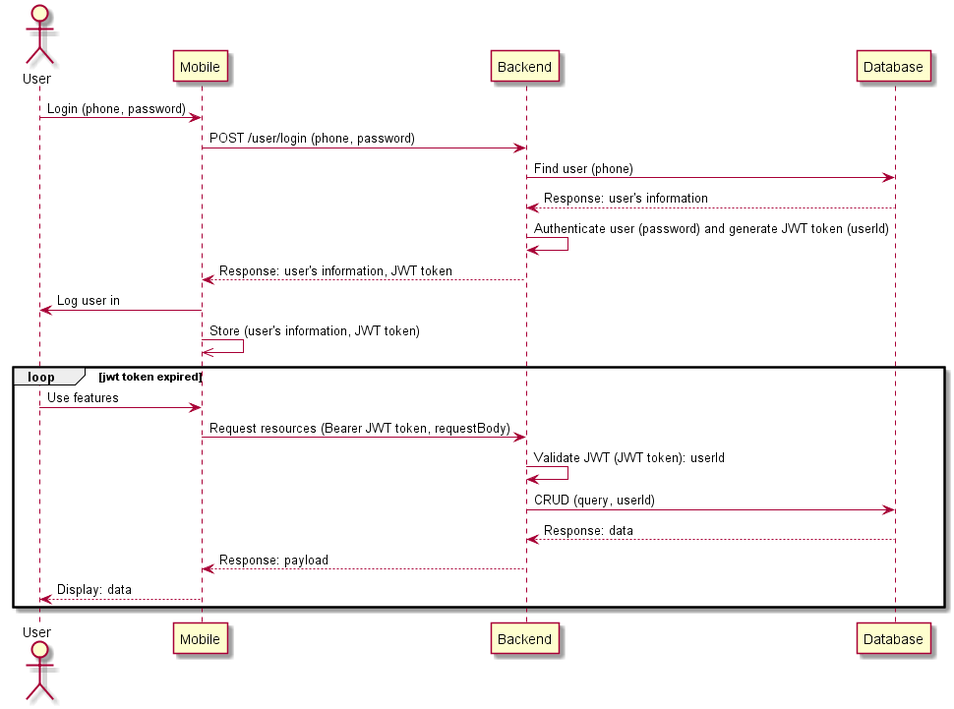
Before: out/diagrams/loginSequenceDiagram/loginSequenceDiagram.png, a diagram exported from PlantUML (miketuannguyen/PizzaApp-PYCO).
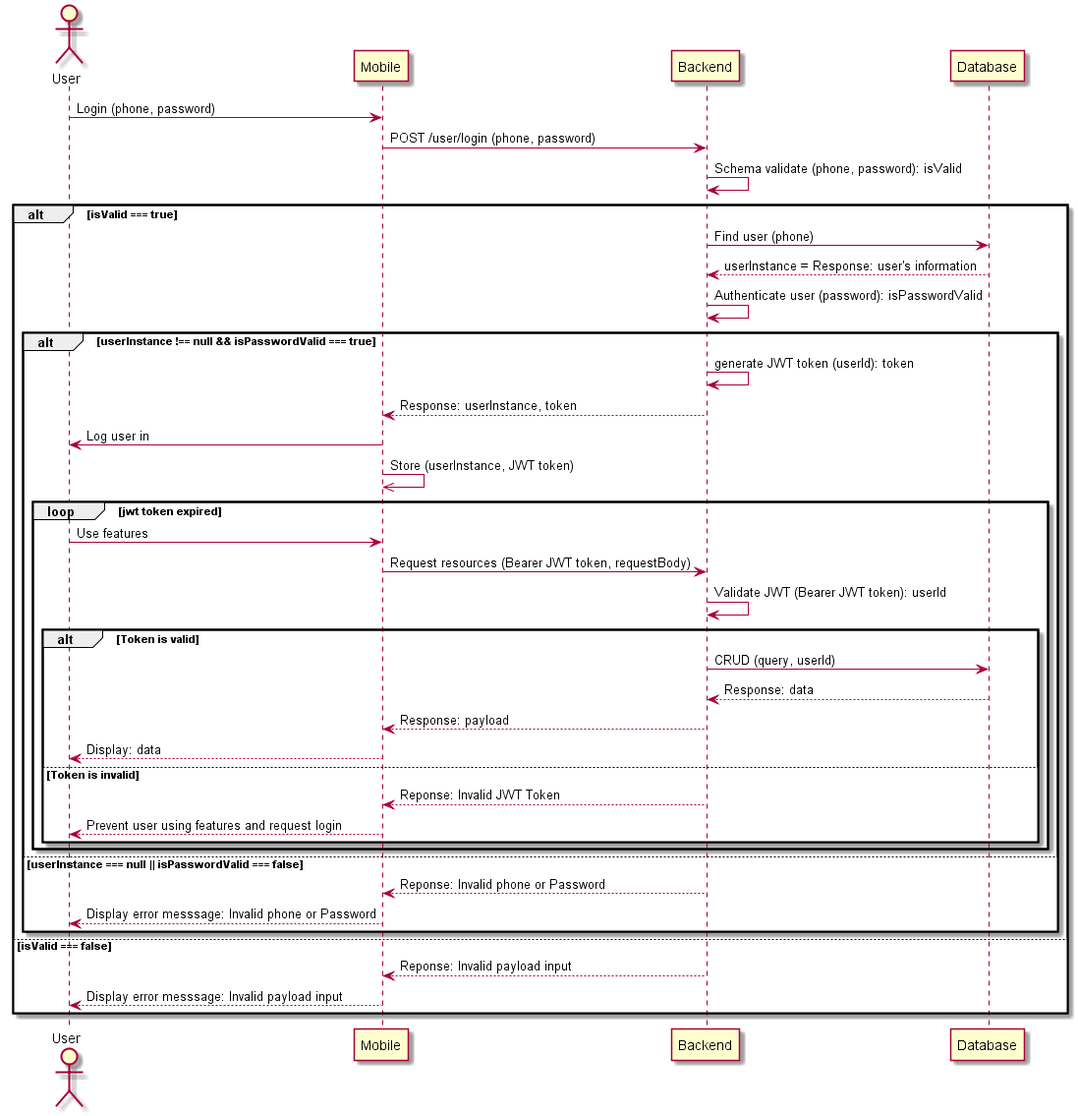
Later version of the same file.

Commit message:
fix login seq diagram

Diff of the diagram source:
```diff
@@ -2,19 +2,42 @@
 actor User
 User -> Mobile: Login (phone, password)
 Mobile -> Backend: POST /user/login (phone, password)
-Backend -> Database: Find user (phone)
-Database --> Backend: Response: user's information
-Backend -> Backend: Authenticate user (password) and generate JWT token (userId)
-Backend --> Mobile: Response: user's information, JWT token
-Mobile -> User: Log user in
-Mobile ->> Mobile: Store (user's information, JWT token)
-loop jwt token expired
-  User -> Mobile: Use features
-  Mobile -> Backend: Request resources (Bearer JWT token, requestBody)
-  Backend -> Backend: Validate JWT (JWT token): userId
-  Backend -> Database: CRUD (query, userId)
-  Database --> Backend: Response: data
-  Backend --> Mobile: Response: payload
-  Mobile --> User: Display: data
+Backend -> Backend: Schema validate (phone, password): isValid
+
+alt isValid === true
+  Backend -> Database: Find user (phone)
+  Database --> Backend: userInstance = Response: user's information
+  Backend -> Backend: Authenticate user (password): isPasswordValid
+
+  alt userInstance !== null && isPasswordValid === true
+    Backend -> Backend: generate JWT token (userId): token
+    Backend --> Mobile: Response: userInstance, token
+    Mobile -> User: Log user in
+    Mobile ->> Mobile: Store (userInstance, JWT token)
+
+    loop jwt token expired
+      User -> Mobile: Use features
+      Mobile -> Backend: Request resources (Bearer JWT token, requestBody)
+      Backend -> Backend: Validate JWT (Bearer JWT token): userId
+
+      alt Token is valid
+        Backend -> Database: CRUD (query, userId)
+        Database --> Backend: Response: data
+        Backend --> Mobile: Response: payload
+        Mobile --> User: Display: data
+      else Token is invalid
+        Backend --> Mobile: Reponse: Invalid JWT Token
+        Mobile --> User: Prevent user using features and request login
+      end
+    end
+
+  else userInstance === null || isPasswordValid === false
+    Backend --> Mobile: Reponse: Invalid phone or Password
+    Mobile --> User: Display error messsage: Invalid phone or Password
+  end
+
+else isValid === false
+  Backend --> Mobile: Reponse: Invalid payload input
+  Mobile --> User: Display error messsage: Invalid payload input
 end
 @enduml
```
